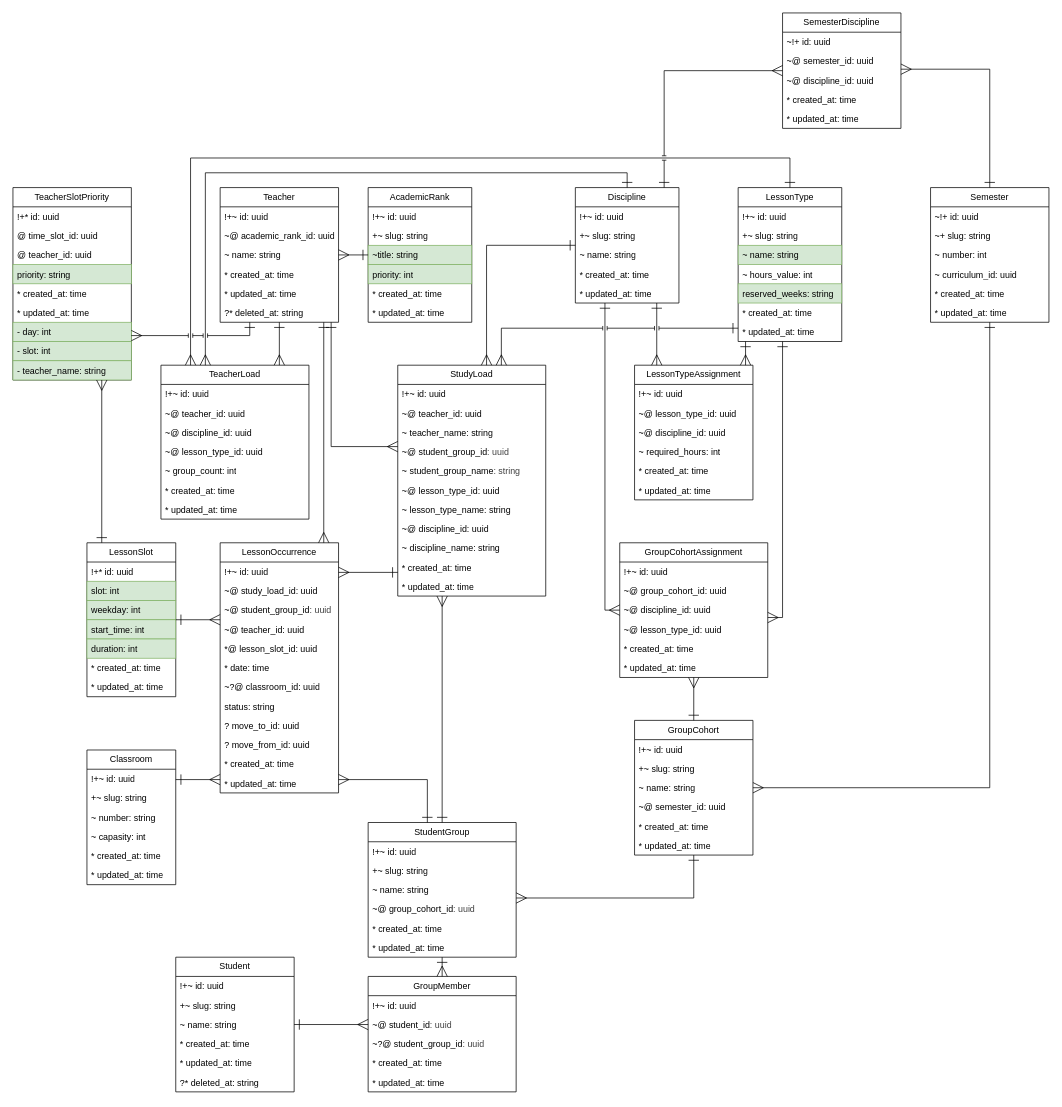
IrusHunter/duckademic keeps this draw.io diagram as page "Schedule" (5 of 12) of docs/entity_relationship.drawio. Above is the earlier version. Source tidied: cells renumbered, new cells numbered last; positions are measured from the earlier drawing's top-left corner, leaving out a move shared by most shapes. Both pictures are drawn from the tidied source at 74%, with x=0, y=0 at pixel (13, 13).
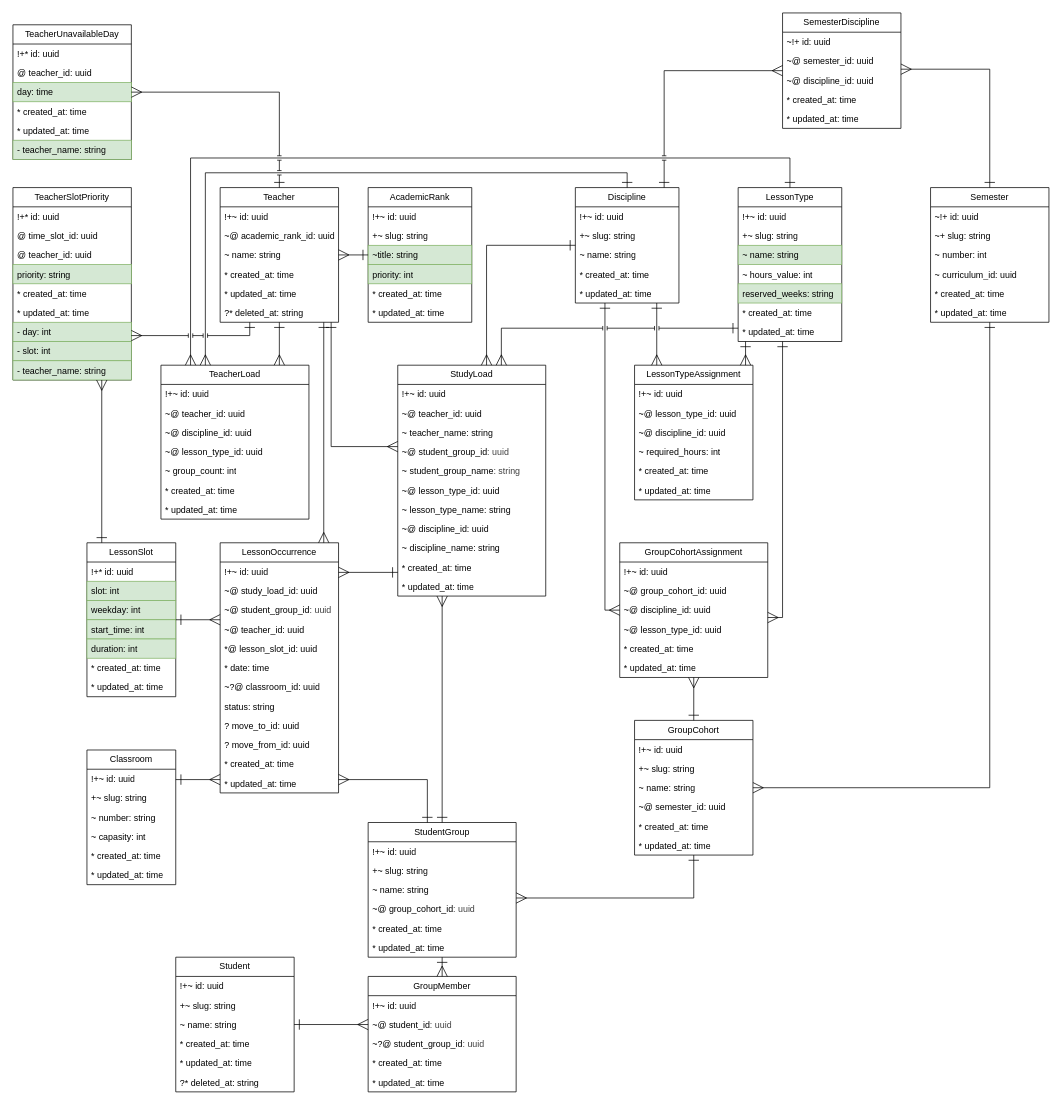
The same page after the edit.

Commit message (it also covers changes not shown here):
add teacher unavailable days

Unchanged cells that the change refers to:
```xml
<mxCell id="9" value="Teacher" style="swimlane;fontStyle=0;horizontal=1;startSize=26;fillColor=none;whiteSpace=wrap;html=1;" parent="1" vertex="1">
  <mxGeometry x="280" y="236" width="160" height="182" as="geometry" />
</mxCell>
```

What changed in the source:
```diff
@@
+    <mxCell id="168" value="TeacherUnavailableDay" style="swimlane;fontStyle=0;horizontal=1;startSize=26;fillColor=none;whiteSpace=wrap;html=1;" parent="1" vertex="1">
+      <mxGeometry y="16" width="160" height="182" as="geometry" />
+    </mxCell>
+    <mxCell id="169" value="!+* id: uuid" style="text;strokeColor=none;fillColor=none;align=left;verticalAlign=top;spacingLeft=4;spacingRight=4;overflow=hidden;whiteSpace=wrap;html=1;" parent="168" vertex="1">
+      <mxGeometry y="26" width="160" height="26" as="geometry" />
+    </mxCell>
+    <mxCell id="170" value="@ teacher_id: uuid" style="text;align=left;verticalAlign=top;spacingLeft=4;spacingRight=4;overflow=hidden;whiteSpace=wrap;html=1;" parent="168" vertex="1">
+      <mxGeometry y="52" width="160" height="26" as="geometry" />
+    </mxCell>
+    <mxCell id="171" value="day: time" style="text;strokeColor=#82b366;fillColor=#d5e8d4;align=left;verticalAlign=top;spacingLeft=4;spacingRight=4;overflow=hidden;whiteSpace=wrap;html=1;" parent="168" vertex="1">
+      <mxGeometry y="78" width="160" height="26" as="geometry" />
+    </mxCell>
+    <mxCell id="172" value="* created_at: time" style="text;strokeColor=none;fillColor=none;align=left;verticalAlign=top;spacingLeft=4;spacingRight=4;overflow=hidden;whiteSpace=wrap;html=1;" parent="168" vertex="1">
+      <mxGeometry y="104" width="160" height="26" as="geometry" />
+    </mxCell>
+    <mxCell id="173" value="* updated_at: time" style="text;strokeColor=none;fillColor=none;align=left;verticalAlign=top;spacingLeft=4;spacingRight=4;overflow=hidden;whiteSpace=wrap;html=1;" parent="168" vertex="1">
+      <mxGeometry y="130" width="160" height="26" as="geometry" />
+    </mxCell>
+    <mxCell id="174" value="- teacher_name: string" style="text;align=left;verticalAlign=top;spacingLeft=4;spacingRight=4;overflow=hidden;whiteSpace=wrap;html=1;fillColor=#d5e8d4;strokeColor=#82b366;" parent="168" vertex="1">
+      <mxGeometry y="156" width="160" height="26" as="geometry" />
+    </mxCell>
+    <mxCell id="175" style="edgeStyle=orthogonalEdgeStyle;html=1;startArrow=ERone;startFill=0;endArrow=ERmany;endFill=0;endSize=12;startSize=12;strokeWidth=1;rounded=0;curved=0;jumpStyle=line;" parent="1" edge="1" source="9" target="168">
+      <mxGeometry relative="1" as="geometry">
+        <Array as="points">
+          <mxPoint x="360" y="107" />
+        </Array>
+      </mxGeometry>
+    </mxCell>
```
